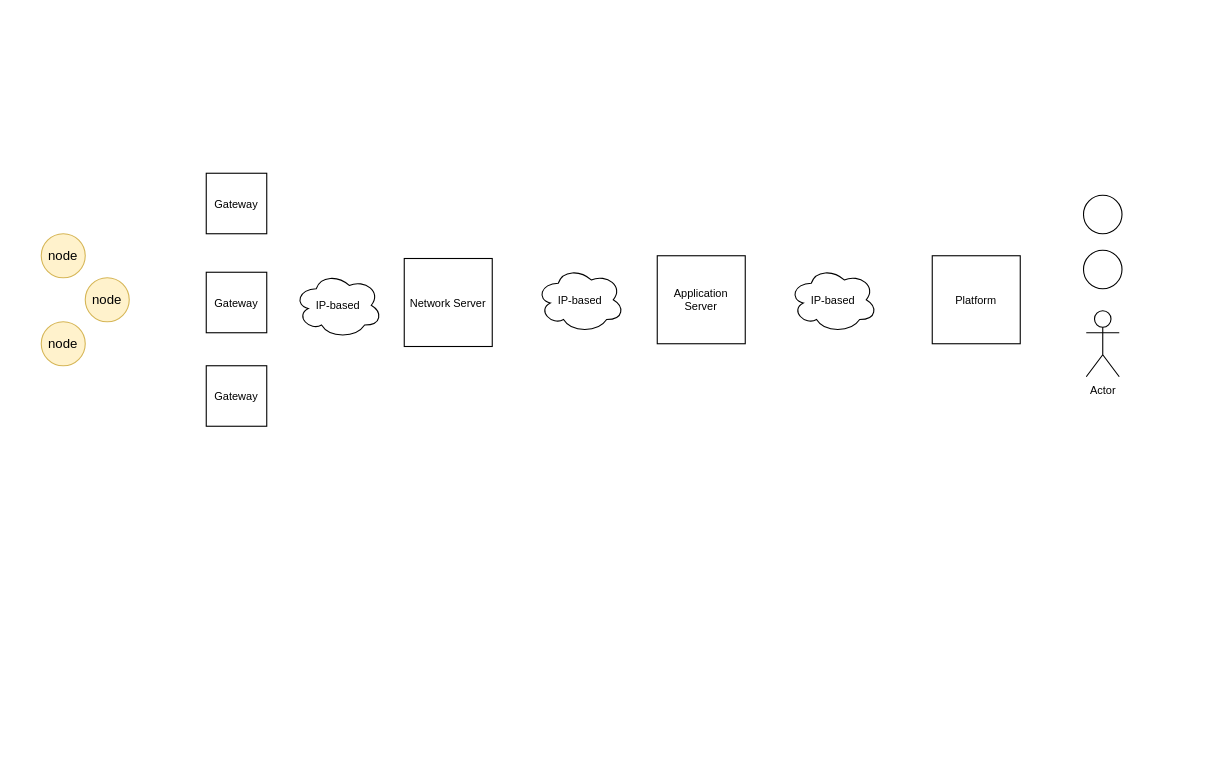
The draw.io diagram page "e2e lorawan" (1 of 2) of architectures/e2e-iot.drawio in citado/RoadToPhD, before the edit. Source tidied: cells renumbered, new cells numbered last; positions are measured from the earlier drawing's top-left corner, leaving out a move shared by most shapes. Both pictures are drawn from the tidied source at 110%, with x=0, y=0 at pixel (41, 173).
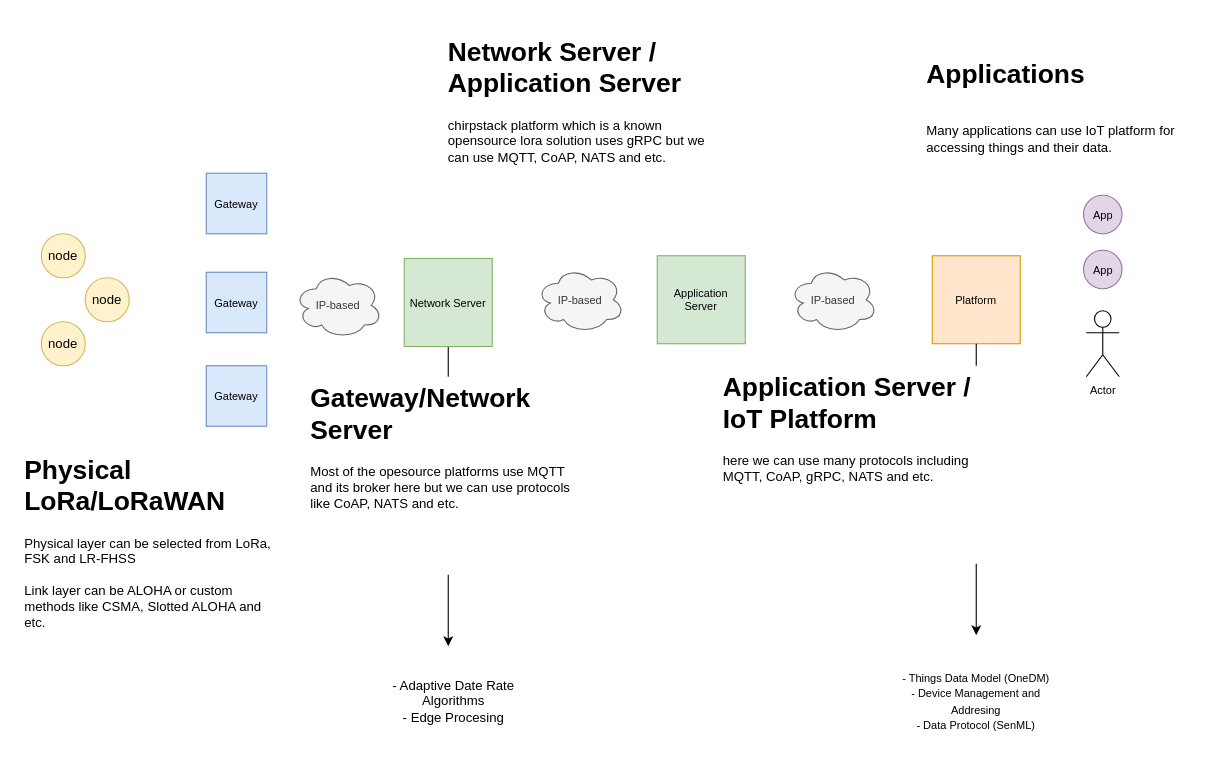
After the change.

Commit message (it also covers changes not shown here):
feat: add problem statement architecture

Diff of the diagram source:
```diff
@@
+    <mxCell id="17" style="endArrow=classic;html=1;rounded=0;fontFamily=Helvetica;fontSize=12;exitX=0.5;exitY=1;exitDx=0;exitDy=0;" parent="1" edge="1" source="6">
+      <mxGeometry relative="1" as="geometry">
+        <mxPoint x="370" y="430" as="targetPoint" />
+      </mxGeometry>
+    </mxCell>
@@
-    <mxCell id="5" value="&lt;font style=&quot;font-size: 10px&quot;&gt;Gateway&lt;/font&gt;" style="whiteSpace=wrap;html=1;" parent="1" vertex="1">
+    <mxCell id="5" value="&lt;font style=&quot;font-size: 10px&quot;&gt;Gateway&lt;/font&gt;" style="whiteSpace=wrap;html=1;fillColor=#dae8fc;strokeColor=#6c8ebf;" parent="1" vertex="1">
       <mxGeometry x="150" y="90" width="55" height="55" as="geometry" />
     </mxCell>
-    <mxCell id="6" value="Network Server" style="whiteSpace=wrap;html=1;fontSize=10;" parent="1" vertex="1">
+    <mxCell id="6" value="Network Server" style="whiteSpace=wrap;html=1;fontSize=10;fillColor=#d5e8d4;strokeColor=#82b366;" parent="1" vertex="1">
       <mxGeometry x="330" y="77.5" width="80" height="80" as="geometry" />
     </mxCell>
-    <mxCell id="7" value="&lt;font style=&quot;font-size: 10px&quot;&gt;Gateway&lt;/font&gt;" style="whiteSpace=wrap;html=1;" parent="1" vertex="1">
+    <mxCell id="7" value="&lt;font style=&quot;font-size: 10px&quot;&gt;Gateway&lt;/font&gt;" style="whiteSpace=wrap;html=1;fillColor=#dae8fc;strokeColor=#6c8ebf;" parent="1" vertex="1">
       <mxGeometry x="150" y="175" width="55" height="55" as="geometry" />
     </mxCell>
-    <mxCell id="8" value="&lt;font style=&quot;font-size: 10px&quot;&gt;Gateway&lt;/font&gt;" style="whiteSpace=wrap;html=1;" parent="1" vertex="1">
+    <mxCell id="8" value="&lt;font style=&quot;font-size: 10px&quot;&gt;Gateway&lt;/font&gt;" style="whiteSpace=wrap;html=1;fillColor=#dae8fc;strokeColor=#6c8ebf;" parent="1" vertex="1">
       <mxGeometry x="150" width="55" height="55" as="geometry" />
     </mxCell>
-    <mxCell id="9" value="Application Server" style="whiteSpace=wrap;html=1;fontSize=10;" parent="1" vertex="1">
+    <mxCell id="9" value="Application Server" style="whiteSpace=wrap;html=1;fontSize=10;fillColor=#d5e8d4;strokeColor=#82b366;" parent="1" vertex="1">
       <mxGeometry x="560" y="75" width="80" height="80" as="geometry" />
     </mxCell>
-    <mxCell id="10" value="IP-based" style="ellipse;shape=cloud;whiteSpace=wrap;html=1;fontSize=10;" parent="1" vertex="1">
+    <mxCell id="10" value="IP-based" style="ellipse;shape=cloud;whiteSpace=wrap;html=1;fontSize=10;fillColor=#f5f5f5;fontColor=#333333;strokeColor=#666666;" parent="1" vertex="1">
       <mxGeometry x="230" y="90" width="80" height="60" as="geometry" />
     </mxCell>
-    <mxCell id="11" value="IP-based" style="ellipse;shape=cloud;whiteSpace=wrap;html=1;fontSize=10;" parent="1" vertex="1">
+    <mxCell id="11" value="IP-based" style="ellipse;shape=cloud;whiteSpace=wrap;html=1;fontSize=10;fillColor=#f5f5f5;fontColor=#333333;strokeColor=#666666;" parent="1" vertex="1">
       <mxGeometry x="450" y="85" width="80" height="60" as="geometry" />
     </mxCell>
-    <mxCell id="12" value="Platform" style="whiteSpace=wrap;html=1;fontSize=10;" parent="1" vertex="1">
+    <mxCell id="12" value="Platform" style="whiteSpace=wrap;html=1;fontSize=10;fillColor=#ffe6cc;strokeColor=#d79b00;" parent="1" vertex="1">
       <mxGeometry x="810" y="75" width="80" height="80" as="geometry" />
     </mxCell>
-    <mxCell id="13" value="IP-based" style="ellipse;shape=cloud;whiteSpace=wrap;html=1;fontSize=10;" parent="1" vertex="1">
+    <mxCell id="13" value="IP-based" style="ellipse;shape=cloud;whiteSpace=wrap;html=1;fontSize=10;fillColor=#f5f5f5;fontColor=#333333;strokeColor=#666666;" parent="1" vertex="1">
       <mxGeometry x="680" y="85" width="80" height="60" as="geometry" />
     </mxCell>
@@
-    <mxCell id="15" style="ellipse;whiteSpace=wrap;html=1;fontSize=10;" parent="1" vertex="1">
+    <mxCell id="15" value="App" style="ellipse;whiteSpace=wrap;html=1;fontSize=10;fillColor=#e1d5e7;strokeColor=#9673a6;" parent="1" vertex="1">
       <mxGeometry x="947.5" y="70" width="35" height="35" as="geometry" />
     </mxCell>
-    <mxCell id="16" style="ellipse;whiteSpace=wrap;html=1;fontSize=10;" parent="1" vertex="1">
+    <mxCell id="16" value="App" style="ellipse;whiteSpace=wrap;html=1;fontSize=10;fillColor=#e1d5e7;strokeColor=#9673a6;" parent="1" vertex="1">
       <mxGeometry x="947.5" y="20" width="35" height="35" as="geometry" />
     </mxCell>
+    <mxCell id="18" value="&lt;h1&gt;Physical LoRa/LoRaWAN&lt;/h1&gt;&lt;p&gt;Physical layer can be selected from LoRa, FSK and LR-FHSS&lt;br&gt;&lt;br&gt;Link layer can be ALOHA or custom methods like CSMA, Slotted ALOHA and etc.&lt;/p&gt;" style="text;html=1;strokeColor=none;fillColor=default;spacing=5;spacingTop=-20;whiteSpace=wrap;overflow=hidden;rounded=0;" parent="1" vertex="1">
+      <mxGeometry x="-20" y="250" width="240" height="180" as="geometry" />
+    </mxCell>
+    <mxCell id="19" value="&lt;h1&gt;&lt;span&gt;Network Server / Application Server&lt;br&gt;&lt;/span&gt;&lt;/h1&gt;&lt;div&gt;chirpstack platform which is a known opensource lora solution uses gRPC but we can use MQTT, CoAP, NATS and etc.&lt;br&gt;&lt;/div&gt;" style="text;html=1;strokeColor=none;fillColor=default;spacing=5;spacingTop=-20;whiteSpace=wrap;overflow=hidden;rounded=0;" parent="1" vertex="1">
+      <mxGeometry x="365" y="-130" width="250" height="180" as="geometry" />
+    </mxCell>
+    <mxCell id="20" value="&lt;h1&gt;&lt;span&gt;&lt;/span&gt;&lt;/h1&gt;&lt;h1&gt;Applications&lt;/h1&gt;&lt;div&gt;&lt;br&gt;&lt;/div&gt;&lt;div&gt;Many applications can use IoT platform for accessing things and their data.&lt;br&gt;&lt;/div&gt;" style="text;html=1;strokeColor=none;fillColor=default;spacing=5;spacingTop=-20;whiteSpace=wrap;overflow=hidden;rounded=0;" parent="1" vertex="1">
+      <mxGeometry x="800" y="-110" width="250" height="120" as="geometry" />
+    </mxCell>
+    <mxCell id="21" style="edgeStyle=orthogonalEdgeStyle;rounded=0;orthogonalLoop=1;jettySize=auto;html=1;exitX=0.5;exitY=1;exitDx=0;exitDy=0;fontFamily=Helvetica;fontSize=12;" parent="1" edge="1" source="20" target="20">
+      <mxGeometry relative="1" as="geometry" />
+    </mxCell>
+    <mxCell id="22" value="&lt;h1&gt;&lt;span&gt;Gateway/Network Server&lt;/span&gt;&lt;span&gt;&lt;br&gt;&lt;/span&gt;&lt;/h1&gt;&lt;div&gt;&lt;span&gt;Most of the opesource platforms use MQTT and its broker here but we can use protocols like CoAP, NATS and etc.&lt;/span&gt;&lt;/div&gt;" style="text;html=1;strokeColor=none;fillColor=default;spacing=5;spacingTop=-20;whiteSpace=wrap;overflow=hidden;rounded=0;" parent="1" vertex="1">
+      <mxGeometry x="240" y="185" width="250" height="180" as="geometry" />
+    </mxCell>
+    <mxCell id="23" value="- Adaptive Date Rate Algorithms&lt;br&gt;- Edge Procesing" style="text;html=1;strokeColor=none;fillColor=default;align=center;verticalAlign=middle;whiteSpace=wrap;rounded=0;fontFamily=Helvetica;fontSize=12;" parent="1" vertex="1">
+      <mxGeometry x="300" y="440" width="150" height="80" as="geometry" />
+    </mxCell>
+    <mxCell id="24" style="endArrow=classic;html=1;rounded=0;fontFamily=Helvetica;fontSize=12;exitX=0.5;exitY=1;exitDx=0;exitDy=0;" parent="1" edge="1" source="12">
+      <mxGeometry relative="1" as="geometry">
+        <mxPoint x="850" y="420" as="targetPoint" />
+      </mxGeometry>
+    </mxCell>
+    <mxCell id="25" value="&lt;h1&gt;&lt;span&gt;Application Server / IoT Platform&lt;br&gt;&lt;/span&gt;&lt;/h1&gt;&lt;div&gt;here we can use many protocols including MQTT, CoAP, gRPC, NATS and etc.&lt;br&gt;&lt;/div&gt;" style="text;html=1;strokeColor=none;fillColor=default;spacing=5;spacingTop=-20;whiteSpace=wrap;overflow=hidden;rounded=0;" parent="1" vertex="1">
+      <mxGeometry x="615" y="175" width="250" height="180" as="geometry" />
+    </mxCell>
+    <mxCell id="26" value="&lt;font style=&quot;font-size: 10px&quot;&gt;- Things Data Model (OneDM)&lt;br&gt;- Device Management and Addresing&lt;br&gt;- Data Protocol (SenML)&lt;/font&gt;" style="text;html=1;strokeColor=none;fillColor=default;align=center;verticalAlign=middle;whiteSpace=wrap;rounded=0;fontFamily=Helvetica;fontSize=12;" parent="1" vertex="1">
+      <mxGeometry x="775" y="440" width="150" height="80" as="geometry" />
+    </mxCell>
```
